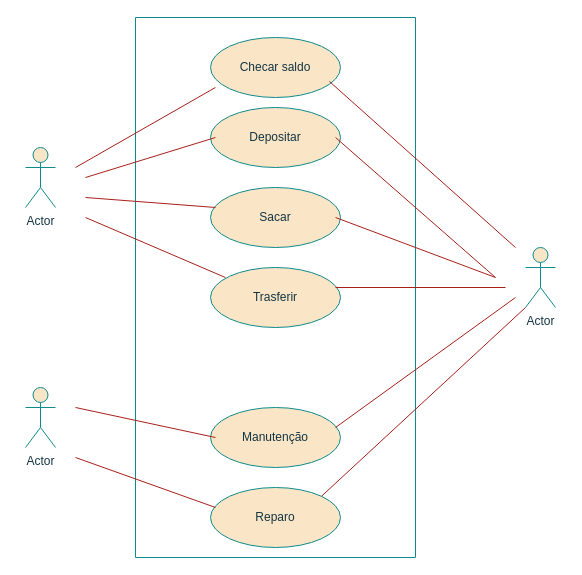
Above: page "Página-2" (2 of 2) of Diagrama sem nome.drawio in Thyaguinho09/diagramaderequisitos (draw.io), before the change. Source tidied: cells renumbered, new cells numbered last; positions are measured from the earlier drawing's top-left corner, leaving out a move shared by most shapes. Both pictures are drawn from the tidied source at 100%, with x=0, y=0 at pixel (25, 17).
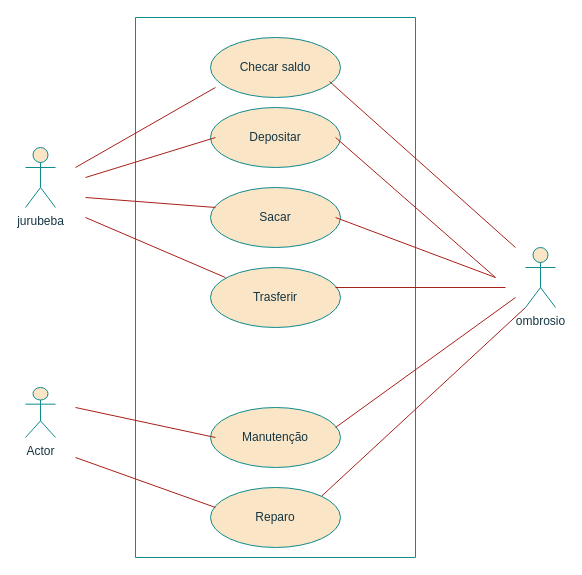
The same page after the edit.

Commit message:
diagrama de caixa

Change to the diagram source:
```diff
@@
     <mxCell id="2" value="Actor" style="shape=umlActor;verticalLabelPosition=bottom;verticalAlign=top;html=1;labelBackgroundColor=none;fillColor=#FAE5C7;strokeColor=#0F8B8D;fontColor=#143642;" parent="1" vertex="1">
-      <mxGeometry y="370" width="30" height="60" as="geometry" />
+      <mxGeometry y="370" width="30" height="50" as="geometry" />
     </mxCell>
@@
-    <mxCell id="10" value="Actor" style="shape=umlActor;verticalLabelPosition=bottom;verticalAlign=top;html=1;labelBackgroundColor=none;fillColor=#FAE5C7;strokeColor=#0F8B8D;fontColor=#143642;" parent="1" vertex="1">
+    <mxCell id="10" value="ombrosio" style="shape=umlActor;verticalLabelPosition=bottom;verticalAlign=top;html=1;labelBackgroundColor=none;fillColor=#FAE5C7;strokeColor=#0F8B8D;fontColor=#143642;" parent="1" vertex="1">
       <mxGeometry x="500" y="230" width="30" height="60" as="geometry" />
     </mxCell>
-    <mxCell id="11" value="Actor" style="shape=umlActor;verticalLabelPosition=bottom;verticalAlign=top;html=1;labelBackgroundColor=none;fillColor=#FAE5C7;strokeColor=#0F8B8D;fontColor=#143642;" parent="1" vertex="1">
+    <mxCell id="11" value="jurubeba" style="shape=umlActor;verticalLabelPosition=bottom;verticalAlign=top;html=1;labelBackgroundColor=none;fillColor=#FAE5C7;strokeColor=#0F8B8D;fontColor=#143642;" parent="1" vertex="1">
       <mxGeometry y="130" width="30" height="60" as="geometry" />
     </mxCell>
```
